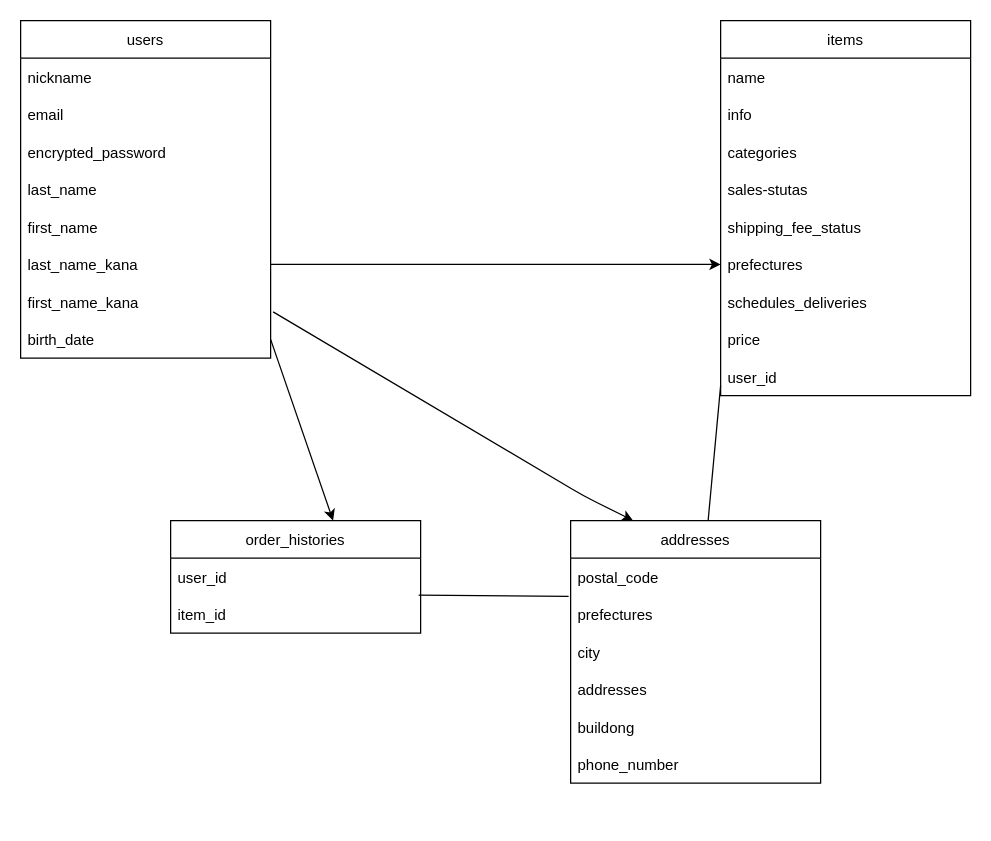
The draw.io diagram furima.dio in Kazuki10peace/furima-37023, before the edit. Source tidied: cells renumbered, new cells numbered last; positions are measured from the earlier drawing's top-left corner, leaving out a move shared by most shapes. Both pictures are drawn from the tidied source at 125%, with x=0, y=0 at pixel (20, 20).
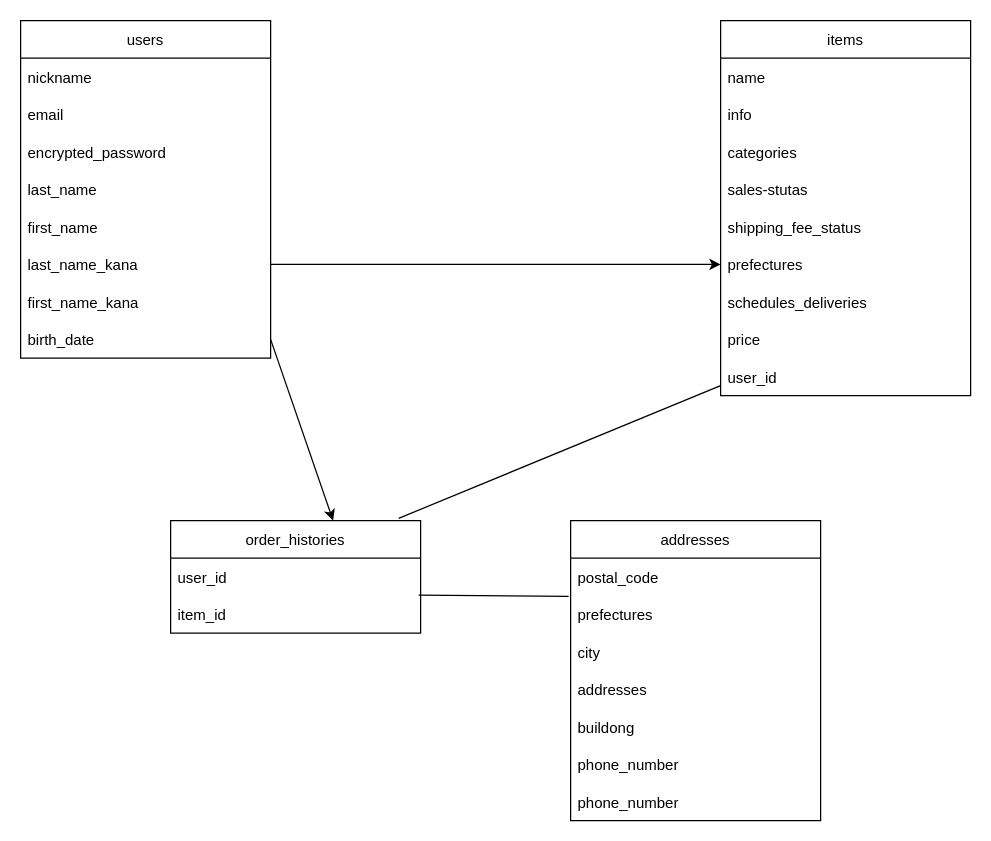
Above is the later version.

Commit message (it also covers changes not shown here):
ER図作成とREADME記述(３回目)

The change refers to these unchanged cells:
```xml
<mxCell id="9" value="first_name_kana" style="text;strokeColor=none;fillColor=none;align=left;verticalAlign=middle;spacingLeft=4;spacingRight=4;overflow=hidden;points=[[0,0.5],[1,0.5]];portConstraint=eastwest;" parent="2" vertex="1">
  <mxGeometry y="210" width="200" height="30" as="geometry" />
</mxCell>
<mxCell id="20" value="user_id" style="text;strokeColor=none;fillColor=none;align=left;verticalAlign=middle;spacingLeft=4;spacingRight=4;overflow=hidden;points=[[0,0.5],[1,0.5]];portConstraint=eastwest;" parent="11" vertex="1">
  <mxGeometry y="270" width="200" height="30" as="geometry" />
</mxCell>
<mxCell id="31" value="order_histories" style="swimlane;fontStyle=0;horizontal=1;startSize=30;" parent="1" vertex="1">
  <mxGeometry x="120" y="400" width="200" height="90" as="geometry" />
</mxCell>
```

Change to the diagram source:
```diff
@@
     <mxCell id="22" value="addresses" style="swimlane;fontStyle=0;horizontal=1;startSize=30;" parent="1" vertex="1">
-      <mxGeometry x="440" y="400" width="200" height="210" as="geometry" />
+      <mxGeometry x="440" y="400" width="200" height="240" as="geometry" />
     </mxCell>
@@
+    <mxCell id="36" value="phone_number" style="text;strokeColor=none;fillColor=none;align=left;verticalAlign=middle;spacingLeft=4;spacingRight=4;overflow=hidden;" parent="22" vertex="1">
+      <mxGeometry y="210" width="200" height="30" as="geometry" />
+    </mxCell>
-    <mxCell id="29" style="endArrow=none;html=1;entryX=0;entryY=0.733;entryDx=0;entryDy=0;entryPerimeter=0;exitX=0.55;exitY=0;exitDx=0;exitDy=0;exitPerimeter=0;" parent="1" edge="1" source="22" target="20">
+    <mxCell id="29" style="endArrow=none;html=1;entryX=0;entryY=0.733;entryDx=0;entryDy=0;entryPerimeter=0;exitX=0.912;exitY=-0.02;exitDx=0;exitDy=0;exitPerimeter=0;" parent="1" edge="1" source="31" target="20">
       <mxGeometry relative="1" as="geometry" />
     </mxCell>
-    <mxCell id="30" style="edgeStyle=none;html=1;exitX=1.01;exitY=0.767;exitDx=0;exitDy=0;entryX=0.25;entryY=0;entryDx=0;entryDy=0;exitPerimeter=0;" parent="1" edge="1" source="9" target="22">
-      <mxGeometry relative="1" as="geometry">
-        <Array as="points">
-          <mxPoint x="450" y="380" />
-        </Array>
-      </mxGeometry>
-    </mxCell>
```
